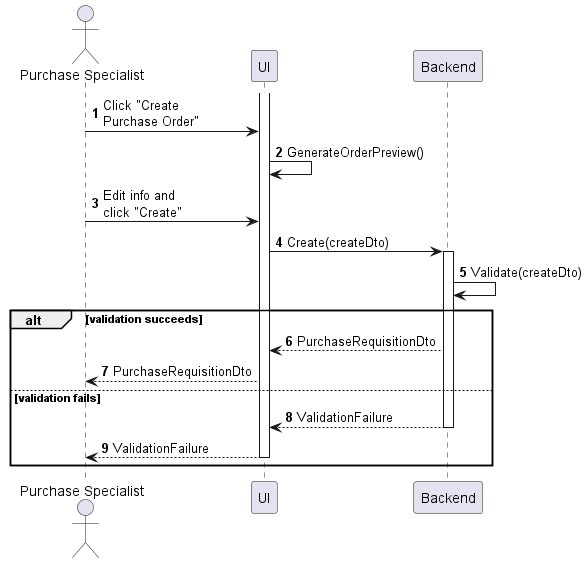
The PlantUML diagram sequences/purchase-order-create.png in phihungha/scmss-reqs, before a commit.
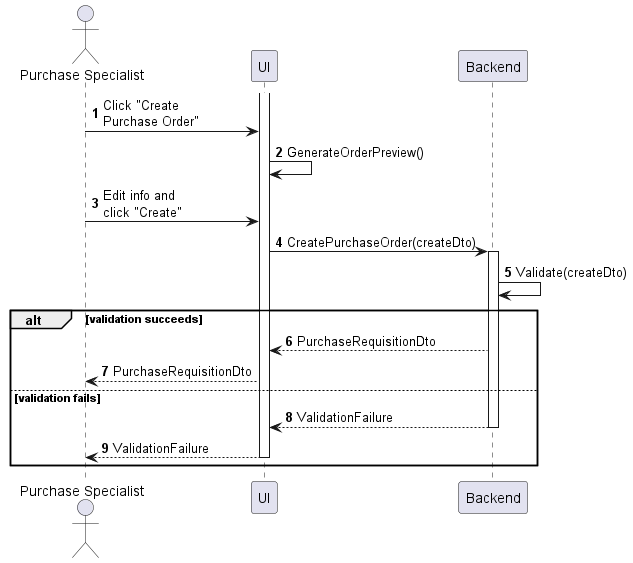
After the change.

Change to the diagram source:
```diff
@@ -9,7 +9,7 @@
 a -> f : Click "Create\nPurchase Order"
 f -> f : GenerateOrderPreview()
 a -> f : Edit info and\nclick "Create"
-f -> b : Create(createDto)
+f -> b : CreatePurchaseOrder(createDto)
 activate b
 b -> b : Validate(createDto)
 
```
